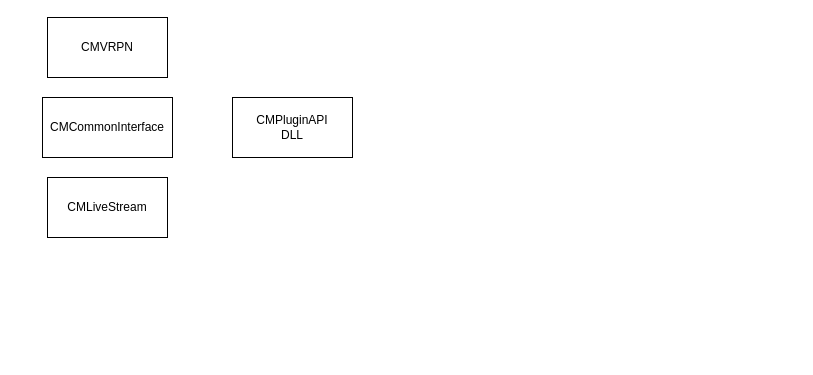
Owlcean/drawiorecord keeps this draw.io diagram as chingmu.drawio. Above is the earlier version. Source tidied: cells renumbered, new cells numbered last; positions are measured from the earlier drawing's top-left corner, leaving out a move shared by most shapes. Both pictures are drawn from the tidied source at 100%, with x=0, y=0 at pixel (42, 17).
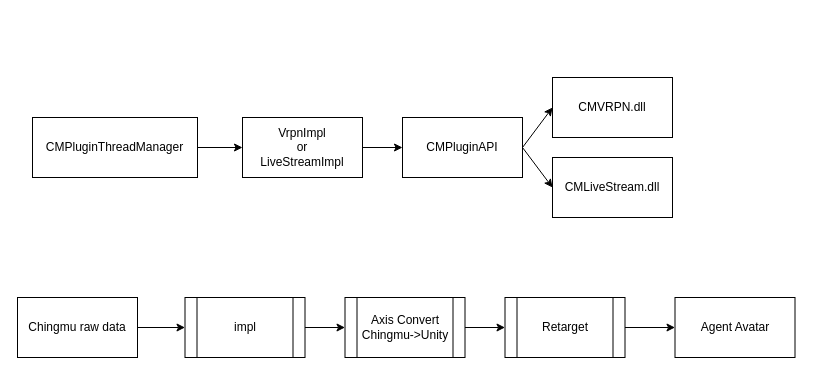
Above is the later version.

What changed in the source:
```diff
@@
 <mxGraphModel>
   <root>
     <mxCell id="0" />
     <mxCell id="1" parent="0" />
-    <mxCell id="2" value="CMPluginAPI&lt;br&gt;DLL" style="rounded=0;whiteSpace=wrap;html=1;" parent="1" vertex="1">
-      <mxGeometry x="190" y="80" width="120" height="60" as="geometry" />
+    <mxCell id="2" value="CMPluginAPI" style="rounded=0;whiteSpace=wrap;html=1;" parent="1" vertex="1">
+      <mxGeometry x="360" y="100" width="120" height="60" as="geometry" />
     </mxCell>
-    <mxCell id="3" value="CMVRPN" style="rounded=0;whiteSpace=wrap;html=1;" parent="1" vertex="1">
-      <mxGeometry x="5" width="120" height="60" as="geometry" />
+    <mxCell id="3" value="VrpnImpl&lt;br&gt;or&lt;br&gt;LiveStreamImpl" style="rounded=0;whiteSpace=wrap;html=1;" parent="1" vertex="1">
+      <mxGeometry x="200" y="100" width="120" height="60" as="geometry" />
     </mxCell>
-    <mxCell id="4" value="CMLiveStream" style="rounded=0;whiteSpace=wrap;html=1;" parent="1" vertex="1">
-      <mxGeometry x="5" y="160" width="120" height="60" as="geometry" />
+    <mxCell id="4" value="CMLiveStream.dll" style="rounded=0;whiteSpace=wrap;html=1;" parent="1" vertex="1">
+      <mxGeometry x="510" y="140" width="120" height="60" as="geometry" />
     </mxCell>
-    <mxCell id="5" value="CMCommonInterface" style="rounded=0;whiteSpace=wrap;html=1;" parent="1" vertex="1">
-      <mxGeometry y="80" width="130" height="60" as="geometry" />
+    <mxCell id="5" value="CMPluginThreadManager" style="rounded=0;whiteSpace=wrap;html=1;" parent="1" vertex="1">
+      <mxGeometry x="-10" y="100" width="165" height="60" as="geometry" />
     </mxCell>
+    <mxCell id="6" value="CMVRPN.dll" style="rounded=0;whiteSpace=wrap;html=1;" parent="1" vertex="1">
+      <mxGeometry x="510" y="60" width="120" height="60" as="geometry" />
+    </mxCell>
+    <mxCell id="7" style="endArrow=classic;html=1;rounded=0;exitX=1;exitY=0.5;exitDx=0;exitDy=0;entryX=0;entryY=0.5;entryDx=0;entryDy=0;" parent="1" edge="1" source="5" target="3">
+      <mxGeometry relative="1" as="geometry" />
+    </mxCell>
+    <mxCell id="8" style="endArrow=classic;html=1;rounded=0;exitX=1;exitY=0.5;exitDx=0;exitDy=0;entryX=0;entryY=0.5;entryDx=0;entryDy=0;" parent="1" edge="1" source="3" target="2">
+      <mxGeometry relative="1" as="geometry" />
+    </mxCell>
+    <mxCell id="9" style="endArrow=classic;html=1;rounded=0;exitX=1;exitY=0.5;exitDx=0;exitDy=0;entryX=0;entryY=0.5;entryDx=0;entryDy=0;" parent="1" edge="1" source="2" target="6">
+      <mxGeometry relative="1" as="geometry" />
+    </mxCell>
+    <mxCell id="10" style="endArrow=classic;html=1;rounded=0;exitX=1;exitY=0.5;exitDx=0;exitDy=0;entryX=0;entryY=0.5;entryDx=0;entryDy=0;" parent="1" edge="1" source="2" target="4">
+      <mxGeometry relative="1" as="geometry" />
+    </mxCell>
+    <mxCell id="11" value="Chingmu raw data" style="rounded=0;whiteSpace=wrap;html=1;" parent="1" vertex="1">
+      <mxGeometry x="-25" y="280" width="120" height="60" as="geometry" />
+    </mxCell>
+    <mxCell id="12" value="impl" style="shape=process;whiteSpace=wrap;html=1;backgroundOutline=1;" parent="1" vertex="1">
+      <mxGeometry x="142.5" y="280" width="120" height="60" as="geometry" />
+    </mxCell>
+    <mxCell id="13" value="Axis Convert&lt;br&gt;Chingmu-&amp;gt;Unity" style="shape=process;whiteSpace=wrap;html=1;backgroundOutline=1;" parent="1" vertex="1">
+      <mxGeometry x="302.5" y="280" width="120" height="60" as="geometry" />
+    </mxCell>
+    <mxCell id="14" value="Retarget" style="shape=process;whiteSpace=wrap;html=1;backgroundOutline=1;" parent="1" vertex="1">
+      <mxGeometry x="462.5" y="280" width="120" height="60" as="geometry" />
+    </mxCell>
+    <mxCell id="15" value="Agent Avatar" style="rounded=0;whiteSpace=wrap;html=1;" parent="1" vertex="1">
+      <mxGeometry x="632.5" y="280" width="120" height="60" as="geometry" />
+    </mxCell>
+    <mxCell id="16" style="endArrow=classic;html=1;rounded=0;exitX=1;exitY=0.5;exitDx=0;exitDy=0;entryX=0;entryY=0.5;entryDx=0;entryDy=0;" parent="1" edge="1" source="11" target="12">
+      <mxGeometry relative="1" as="geometry" />
+    </mxCell>
+    <mxCell id="17" style="endArrow=classic;html=1;rounded=0;exitX=1;exitY=0.5;exitDx=0;exitDy=0;entryX=0;entryY=0.5;entryDx=0;entryDy=0;" parent="1" edge="1" source="12" target="13">
+      <mxGeometry relative="1" as="geometry" />
+    </mxCell>
+    <mxCell id="18" style="endArrow=classic;html=1;rounded=0;exitX=1;exitY=0.5;exitDx=0;exitDy=0;entryX=0;entryY=0.5;entryDx=0;entryDy=0;" parent="1" edge="1" source="13" target="14">
+      <mxGeometry relative="1" as="geometry" />
+    </mxCell>
+    <mxCell id="19" style="endArrow=classic;html=1;rounded=0;exitX=1;exitY=0.5;exitDx=0;exitDy=0;entryX=0;entryY=0.5;entryDx=0;entryDy=0;" parent="1" edge="1" source="14" target="15">
+      <mxGeometry relative="1" as="geometry" />
+    </mxCell>
   </root>
 </mxGraphModel>
```
